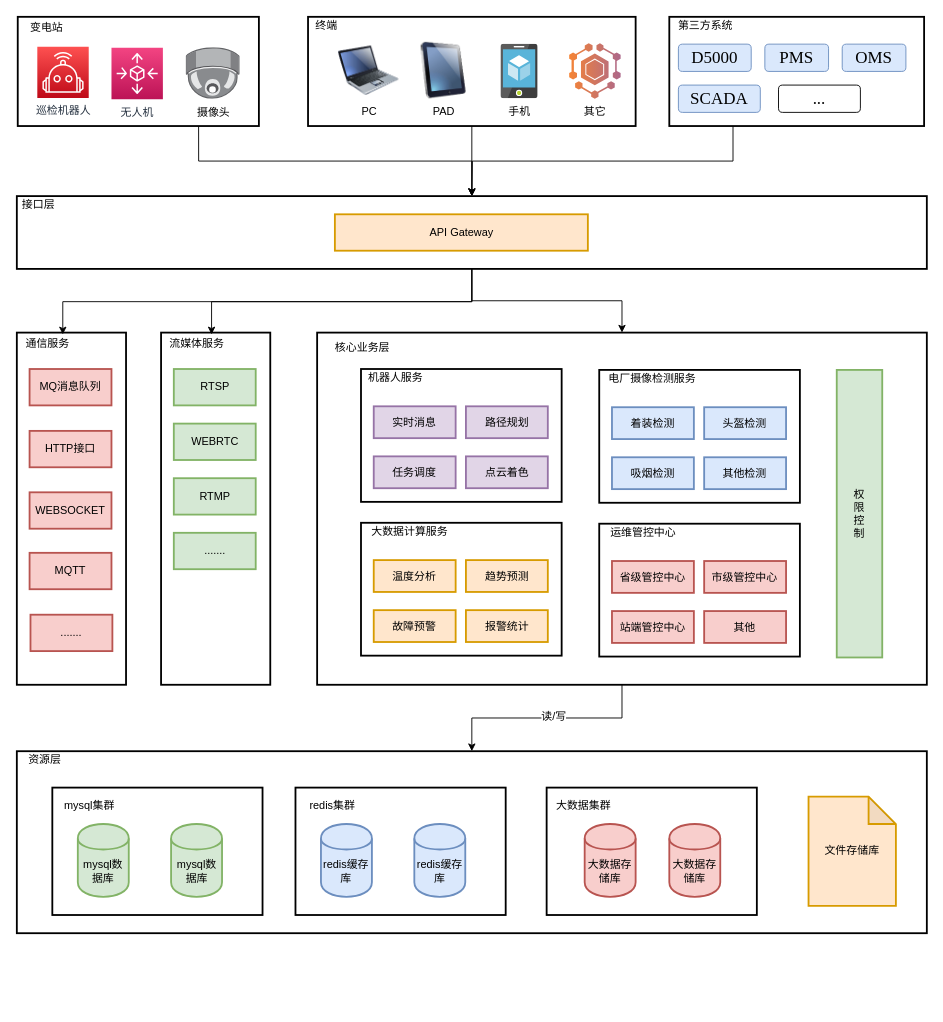
Earlier version of the draw.io diagram 易达智慧运维监控系统v2.0.drawio (wangyufei0807/draw). Source tidied: cells renumbered, new cells numbered last; positions are measured from the earlier drawing's top-left corner, leaving out a move shared by most shapes. Both pictures are drawn from the tidied source at 91%, with x=0, y=0 at pixel (16, 16).
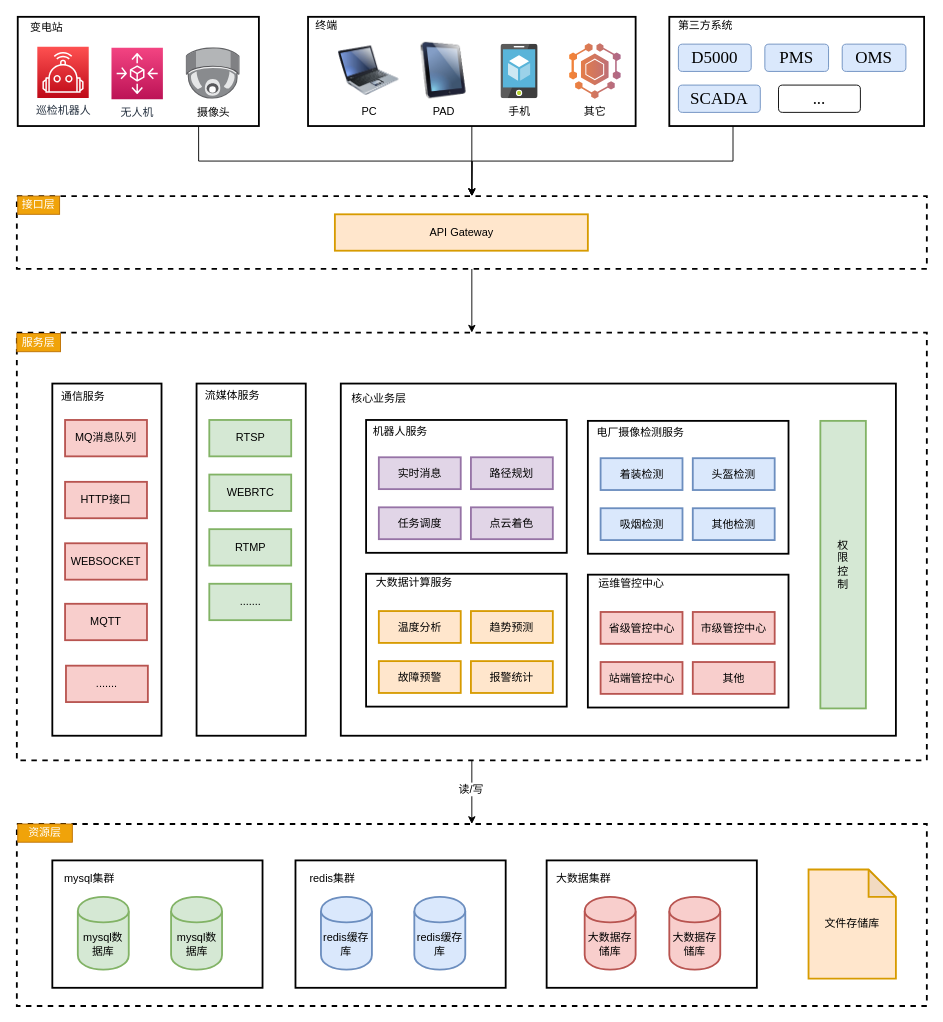
After the change.

Commit message:
更新易达智慧运维监控系统v2.0.drawio

Diff of the diagram source:
```diff
@@
+    <mxCell id="86" style="edgeStyle=orthogonalEdgeStyle;rounded=0;jettySize=auto;html=1;exitX=0.5;exitY=1;exitDx=0;exitDy=0;entryX=0.5;entryY=0;entryDx=0;entryDy=0;" parent="1" edge="1" source="87" target="3">
+      <mxGeometry relative="1" as="geometry" />
+    </mxCell>
+    <mxCell id="6" value="读/写" style="text;html=1;align=center;verticalAlign=middle;labelBackgroundColor=#ffffff;" parent="86" vertex="1">
+      <mxGeometry x="-0.12" y="-2" relative="1" as="geometry" />
+    </mxCell>
+    <mxCell id="87" style="rounded=0;whiteSpace=wrap;html=1;labelBackgroundColor=none;strokeWidth=2;fillColor=none;dashed=1;" parent="1" vertex="1">
+      <mxGeometry y="347" width="1000" height="470" as="geometry" />
+    </mxCell>
     <mxCell id="2" style="rounded=0;whiteSpace=wrap;html=1;labelBackgroundColor=none;strokeWidth=2;fillColor=none;" parent="1" vertex="1">
-      <mxGeometry x="582.2" y="847" width="231" height="140" as="geometry" />
+      <mxGeometry x="582.2" y="927" width="231" height="140" as="geometry" />
     </mxCell>
-    <mxCell id="3" style="rounded=0;whiteSpace=wrap;html=1;labelBackgroundColor=none;strokeWidth=2;fillColor=none;" parent="1" vertex="1">
-      <mxGeometry y="807" width="1000" height="200" as="geometry" />
+    <mxCell id="3" style="rounded=0;whiteSpace=wrap;html=1;labelBackgroundColor=none;strokeWidth=2;fillColor=none;dashed=1;" parent="1" vertex="1">
+      <mxGeometry y="887" width="1000" height="200" as="geometry" />
     </mxCell>
     <mxCell id="4" style="rounded=0;whiteSpace=wrap;html=1;labelBackgroundColor=none;strokeWidth=2;fillColor=none;" parent="1" vertex="1">
-      <mxGeometry x="39" y="847" width="231" height="140" as="geometry" />
+      <mxGeometry x="39" y="927" width="231" height="140" as="geometry" />
     </mxCell>
-    <mxCell id="5" style="edgeStyle=orthogonalEdgeStyle;rounded=0;jettySize=auto;html=1;exitX=0.5;exitY=1;exitDx=0;exitDy=0;" parent="1" edge="1" source="7" target="3">
-      <mxGeometry relative="1" as="geometry" />
-    </mxCell>
-    <mxCell id="6" value="读/写" style="text;html=1;align=center;verticalAlign=middle;labelBackgroundColor=#ffffff;" parent="5" vertex="1">
-      <mxGeometry x="-0.06" y="-2" relative="1" as="geometry" />
-    </mxCell>
     <mxCell id="7" style="rounded=0;whiteSpace=wrap;html=1;labelBackgroundColor=none;strokeWidth=2;fillColor=none;" parent="1" vertex="1">
-      <mxGeometry x="330" y="347" width="670" height="387" as="geometry" />
+      <mxGeometry x="356" y="403" width="610" height="387" as="geometry" />
     </mxCell>
     <mxCell id="8" style="rounded=0;whiteSpace=wrap;html=1;labelBackgroundColor=none;strokeWidth=2;fillColor=none;" parent="1" vertex="1">
-      <mxGeometry x="378.2" y="387" width="220.5" height="146" as="geometry" />
+      <mxGeometry x="383.8" y="443" width="220.5" height="146" as="geometry" />
     </mxCell>
@@
-    <mxCell id="22" style="edgeStyle=orthogonalEdgeStyle;rounded=0;jettySize=auto;html=1;exitX=0.5;exitY=1;exitDx=0;exitDy=0;entryX=0.75;entryY=0;entryDx=0;entryDy=0;" parent="1" edge="1" source="25" target="30">
-      <mxGeometry relative="1" as="geometry" />
-    </mxCell>
-    <mxCell id="23" style="edgeStyle=orthogonalEdgeStyle;rounded=0;jettySize=auto;html=1;exitX=0.5;exitY=1;exitDx=0;exitDy=0;entryX=0.75;entryY=0;entryDx=0;entryDy=0;" parent="1" edge="1" source="25" target="53">
-      <mxGeometry relative="1" as="geometry" />
-    </mxCell>
-    <mxCell id="24" style="edgeStyle=orthogonalEdgeStyle;rounded=0;jettySize=auto;html=1;exitX=0.5;exitY=1;exitDx=0;exitDy=0;entryX=0.5;entryY=0;entryDx=0;entryDy=0;" parent="1" edge="1" source="25" target="7">
-      <mxGeometry relative="1" as="geometry" />
-    </mxCell>
+    <mxCell id="88" style="edgeStyle=orthogonalEdgeStyle;rounded=0;jettySize=auto;html=1;exitX=0.5;exitY=1;exitDx=0;exitDy=0;entryX=0.5;entryY=0;entryDx=0;entryDy=0;" parent="1" edge="1" source="25" target="87">
+      <mxGeometry relative="1" as="geometry" />
+    </mxCell>
-    <mxCell id="25" style="rounded=0;whiteSpace=wrap;html=1;strokeWidth=2;" parent="1" vertex="1">
+    <mxCell id="25" style="rounded=0;whiteSpace=wrap;html=1;strokeWidth=2;dashed=1;" parent="1" vertex="1">
       <mxGeometry y="197" width="1000" height="80" as="geometry" />
     </mxCell>
@@
-    <mxCell id="27" value="接口层" style="text;html=1;strokeColor=none;fillColor=none;align=center;verticalAlign=middle;whiteSpace=wrap;rounded=0;" parent="1" vertex="1">
+    <mxCell id="27" value="接口层" style="text;html=1;strokeColor=#BD7000;fillColor=#f0a30a;align=center;verticalAlign=middle;whiteSpace=wrap;rounded=0;fontColor=#ffffff;" parent="1" vertex="1">
       <mxGeometry x="1" y="197" width="46" height="20" as="geometry" />
     </mxCell>
     <mxCell id="28" value="核心业务层" style="text;html=1;strokeColor=none;fillColor=none;align=center;verticalAlign=middle;whiteSpace=wrap;rounded=0;labelBackgroundColor=none;" parent="1" vertex="1">
-      <mxGeometry x="340" y="354" width="80" height="20" as="geometry" />
+      <mxGeometry x="358" y="410" width="80" height="20" as="geometry" />
     </mxCell>
     <mxCell id="29" style="rounded=0;whiteSpace=wrap;html=1;labelBackgroundColor=none;strokeWidth=2;fillColor=none;" parent="1" vertex="1">
-      <mxGeometry y="347" width="120" height="387" as="geometry" />
+      <mxGeometry x="39" y="403" width="120" height="387" as="geometry" />
     </mxCell>
     <mxCell id="30" value="通信服务" style="text;html=1;strokeColor=none;fillColor=none;align=center;verticalAlign=middle;whiteSpace=wrap;rounded=0;labelBackgroundColor=none;" parent="1" vertex="1">
-      <mxGeometry x="1" y="349" width="66" height="20" as="geometry" />
+      <mxGeometry x="40" y="408" width="66" height="20" as="geometry" />
     </mxCell>
     <mxCell id="31" value="MQ消息队列" style="rounded=0;whiteSpace=wrap;html=1;labelBackgroundColor=none;strokeWidth=2;fillColor=#f8cecc;strokeColor=#b85450;" parent="1" vertex="1">
-      <mxGeometry x="14" y="387" width="90" height="40" as="geometry" />
+      <mxGeometry x="53" y="443" width="90" height="40" as="geometry" />
     </mxCell>
     <mxCell id="32" value="HTTP接口" style="rounded=0;whiteSpace=wrap;html=1;labelBackgroundColor=none;strokeWidth=2;fillColor=#f8cecc;strokeColor=#b85450;" parent="1" vertex="1">
-      <mxGeometry x="14" y="455" width="90" height="40" as="geometry" />
+      <mxGeometry x="53" y="511" width="90" height="40" as="geometry" />
     </mxCell>
     <mxCell id="33" value="WEBSOCKET" style="rounded=0;whiteSpace=wrap;html=1;labelBackgroundColor=none;strokeWidth=2;fillColor=#f8cecc;strokeColor=#b85450;" parent="1" vertex="1">
-      <mxGeometry x="14" y="522.5" width="90" height="40" as="geometry" />
+      <mxGeometry x="53" y="578.5" width="90" height="40" as="geometry" />
     </mxCell>
     <mxCell id="34" value="MQTT" style="rounded=0;whiteSpace=wrap;html=1;labelBackgroundColor=none;strokeWidth=2;fillColor=#f8cecc;strokeColor=#b85450;" parent="1" vertex="1">
-      <mxGeometry x="14" y="589" width="90" height="40" as="geometry" />
+      <mxGeometry x="53" y="645" width="90" height="40" as="geometry" />
     </mxCell>
     <mxCell id="35" value="......." style="rounded=0;whiteSpace=wrap;html=1;labelBackgroundColor=none;strokeWidth=2;fillColor=#f8cecc;strokeColor=#b85450;" parent="1" vertex="1">
-      <mxGeometry x="15" y="657" width="90" height="40" as="geometry" />
+      <mxGeometry x="54" y="713" width="90" height="40" as="geometry" />
     </mxCell>
     <mxCell id="36" value="权&lt;br&gt;限&lt;br&gt;控&lt;br&gt;制" style="rounded=0;whiteSpace=wrap;html=1;labelBackgroundColor=none;strokeWidth=2;fillColor=#d5e8d4;strokeColor=#82b366;" parent="1" vertex="1">
-      <mxGeometry x="901" y="388" width="50" height="316" as="geometry" />
+      <mxGeometry x="883" y="444" width="50" height="316" as="geometry" />
     </mxCell>
-    <mxCell id="37" value="资源层" style="text;html=1;strokeColor=none;fillColor=none;align=center;verticalAlign=middle;whiteSpace=wrap;rounded=0;labelBackgroundColor=none;" parent="1" vertex="1">
-      <mxGeometry x="1" y="807" width="60" height="20" as="geometry" />
+    <mxCell id="37" value="资源层" style="text;html=1;strokeColor=#BD7000;fillColor=#f0a30a;align=center;verticalAlign=middle;whiteSpace=wrap;rounded=0;labelBackgroundColor=none;fontColor=#ffffff;" parent="1" vertex="1">
+      <mxGeometry x="1" y="887" width="60" height="20" as="geometry" />
     </mxCell>
     <mxCell id="38" value="mysql数据库" style="shape=cylinder;whiteSpace=wrap;html=1;boundedLbl=1;backgroundOutline=1;labelBackgroundColor=none;strokeWidth=2;fillColor=#d5e8d4;strokeColor=#82b366;" parent="1" vertex="1">
-      <mxGeometry x="67" y="887" width="56" height="80" as="geometry" />
+      <mxGeometry x="67" y="967" width="56" height="80" as="geometry" />
     </mxCell>
     <mxCell id="39" value="文件存储库" style="shape=note;whiteSpace=wrap;html=1;backgroundOutline=1;darkOpacity=0.05;labelBackgroundColor=none;strokeWidth=2;fillColor=#ffe6cc;strokeColor=#d79b00;" parent="1" vertex="1">
-      <mxGeometry x="870" y="857" width="96" height="120" as="geometry" />
+      <mxGeometry x="870" y="937" width="96" height="120" as="geometry" />
     </mxCell>
     <mxCell id="40" value="大数据存储库" style="shape=cylinder;whiteSpace=wrap;html=1;boundedLbl=1;backgroundOutline=1;labelBackgroundColor=none;strokeWidth=2;fillColor=#f8cecc;strokeColor=#b85450;" parent="1" vertex="1">
-      <mxGeometry x="624" y="887" width="56" height="80" as="geometry" />
+      <mxGeometry x="624" y="967" width="56" height="80" as="geometry" />
     </mxCell>
     <mxCell id="41" value="机器人服务" style="text;html=1;strokeColor=none;fillColor=none;align=center;verticalAlign=middle;whiteSpace=wrap;rounded=0;labelBackgroundColor=none;" parent="1" vertex="1">
-      <mxGeometry x="383.8" y="387" width="65" height="20" as="geometry" />
+      <mxGeometry x="389.2" y="446" width="65" height="20" as="geometry" />
     </mxCell>
     <mxCell id="42" value="路径规划" style="rounded=0;whiteSpace=wrap;html=1;labelBackgroundColor=none;strokeWidth=2;fillColor=#e1d5e7;strokeColor=#9673a6;" parent="1" vertex="1">
-      <mxGeometry x="493.5" y="428" width="90" height="35" as="geometry" />
+      <mxGeometry x="499" y="484" width="90" height="35" as="geometry" />
     </mxCell>
     <mxCell id="43" value="实时消息" style="rounded=0;whiteSpace=wrap;html=1;labelBackgroundColor=none;strokeWidth=2;fillColor=#e1d5e7;strokeColor=#9673a6;" parent="1" vertex="1">
-      <mxGeometry x="392.2" y="428" width="90" height="35" as="geometry" />
+      <mxGeometry x="397.8" y="484" width="90" height="35" as="geometry" />
     </mxCell>
     <mxCell id="44" value="任务调度" style="rounded=0;whiteSpace=wrap;html=1;labelBackgroundColor=none;strokeWidth=2;fillColor=#e1d5e7;strokeColor=#9673a6;" parent="1" vertex="1">
-      <mxGeometry x="392.2" y="483" width="90" height="35" as="geometry" />
+      <mxGeometry x="397.8" y="539" width="90" height="35" as="geometry" />
     </mxCell>
     <mxCell id="45" value="点云着色" style="rounded=0;whiteSpace=wrap;html=1;labelBackgroundColor=none;strokeWidth=2;fillColor=#e1d5e7;strokeColor=#9673a6;" parent="1" vertex="1">
-      <mxGeometry x="493.5" y="483" width="90" height="35" as="geometry" />
+      <mxGeometry x="499" y="539" width="90" height="35" as="geometry" />
     </mxCell>
@@
     <mxCell id="52" style="rounded=0;whiteSpace=wrap;html=1;labelBackgroundColor=none;strokeWidth=2;fillColor=none;" parent="1" vertex="1">
-      <mxGeometry x="158.5" y="347" width="120" height="387" as="geometry" />
+      <mxGeometry x="197.5" y="403" width="120" height="387" as="geometry" />
     </mxCell>
     <mxCell id="53" value="流媒体服务" style="text;html=1;strokeColor=none;fillColor=none;align=center;verticalAlign=middle;whiteSpace=wrap;rounded=0;labelBackgroundColor=none;" parent="1" vertex="1">
-      <mxGeometry x="164.5" y="349" width="66" height="20" as="geometry" />
+      <mxGeometry x="203.5" y="407" width="66" height="20" as="geometry" />
     </mxCell>
     <mxCell id="54" value="RTSP" style="rounded=0;whiteSpace=wrap;html=1;labelBackgroundColor=none;strokeWidth=2;fillColor=#d5e8d4;strokeColor=#82b366;" parent="1" vertex="1">
-      <mxGeometry x="172.5" y="387" width="90" height="40" as="geometry" />
+      <mxGeometry x="211.5" y="443" width="90" height="40" as="geometry" />
     </mxCell>
     <mxCell id="55" value="WEBRTC" style="rounded=0;whiteSpace=wrap;html=1;labelBackgroundColor=none;strokeWidth=2;fillColor=#d5e8d4;strokeColor=#82b366;" parent="1" vertex="1">
-      <mxGeometry x="172.5" y="447" width="90" height="40" as="geometry" />
+      <mxGeometry x="211.5" y="503" width="90" height="40" as="geometry" />
     </mxCell>
     <mxCell id="56" value="RTMP" style="rounded=0;whiteSpace=wrap;html=1;labelBackgroundColor=none;strokeWidth=2;fillColor=#d5e8d4;strokeColor=#82b366;" parent="1" vertex="1">
-      <mxGeometry x="172.5" y="507" width="90" height="40" as="geometry" />
+      <mxGeometry x="211.5" y="563" width="90" height="40" as="geometry" />
     </mxCell>
     <mxCell id="57" value="......." style="rounded=0;whiteSpace=wrap;html=1;labelBackgroundColor=none;strokeWidth=2;fillColor=#d5e8d4;strokeColor=#82b366;" parent="1" vertex="1">
-      <mxGeometry x="172.5" y="567" width="90" height="40" as="geometry" />
+      <mxGeometry x="211.5" y="623" width="90" height="40" as="geometry" />
     </mxCell>
     <mxCell id="58" style="rounded=0;whiteSpace=wrap;html=1;labelBackgroundColor=none;strokeWidth=2;fillColor=none;" parent="1" vertex="1">
-      <mxGeometry x="378.2" y="556" width="220.5" height="146" as="geometry" />
+      <mxGeometry x="383.8" y="612" width="220.5" height="146" as="geometry" />
     </mxCell>
     <mxCell id="59" value="大数据计算服务" style="text;html=1;strokeColor=none;fillColor=none;align=center;verticalAlign=middle;whiteSpace=wrap;rounded=0;labelBackgroundColor=none;" parent="1" vertex="1">
-      <mxGeometry x="383.8" y="556" width="96.2" height="20" as="geometry" />
+      <mxGeometry x="389.2" y="612" width="96.2" height="20" as="geometry" />
     </mxCell>
     <mxCell id="60" value="趋势预测" style="rounded=0;whiteSpace=wrap;html=1;labelBackgroundColor=none;strokeWidth=2;fillColor=#ffe6cc;strokeColor=#d79b00;" parent="1" vertex="1">
-      <mxGeometry x="493.5" y="597" width="90" height="35" as="geometry" />
+      <mxGeometry x="499" y="653" width="90" height="35" as="geometry" />
     </mxCell>
     <mxCell id="61" value="温度分析" style="rounded=0;whiteSpace=wrap;html=1;labelBackgroundColor=none;strokeWidth=2;fillColor=#ffe6cc;strokeColor=#d79b00;" parent="1" vertex="1">
-      <mxGeometry x="392.2" y="597" width="90" height="35" as="geometry" />
+      <mxGeometry x="397.8" y="653" width="90" height="35" as="geometry" />
     </mxCell>
     <mxCell id="62" value="故障预警" style="rounded=0;whiteSpace=wrap;html=1;labelBackgroundColor=none;strokeWidth=2;fillColor=#ffe6cc;strokeColor=#d79b00;" parent="1" vertex="1">
-      <mxGeometry x="392.2" y="652" width="90" height="35" as="geometry" />
+      <mxGeometry x="397.8" y="708" width="90" height="35" as="geometry" />
     </mxCell>
     <mxCell id="63" value="报警统计" style="rounded=0;whiteSpace=wrap;html=1;labelBackgroundColor=none;strokeWidth=2;fillColor=#ffe6cc;strokeColor=#d79b00;" parent="1" vertex="1">
-      <mxGeometry x="493.5" y="652" width="90" height="35" as="geometry" />
+      <mxGeometry x="499" y="708" width="90" height="35" as="geometry" />
     </mxCell>
     <mxCell id="64" style="rounded=0;whiteSpace=wrap;html=1;labelBackgroundColor=none;strokeWidth=2;fillColor=none;" parent="1" vertex="1">
-      <mxGeometry x="640" y="388" width="220.5" height="146" as="geometry" />
+      <mxGeometry x="627.5" y="444" width="220.5" height="146" as="geometry" />
     </mxCell>
     <mxCell id="65" value="电厂摄像检测服务" style="text;html=1;strokeColor=none;fillColor=none;align=center;verticalAlign=middle;whiteSpace=wrap;rounded=0;labelBackgroundColor=none;" parent="1" vertex="1">
-      <mxGeometry x="645.5" y="388" width="104.5" height="20" as="geometry" />
+      <mxGeometry x="633" y="447" width="104.5" height="20" as="geometry" />
     </mxCell>
     <mxCell id="66" value="头盔检测" style="rounded=0;whiteSpace=wrap;html=1;labelBackgroundColor=none;strokeWidth=2;fillColor=#dae8fc;strokeColor=#6c8ebf;" parent="1" vertex="1">
-      <mxGeometry x="755.3" y="429" width="90" height="35" as="geometry" />
+      <mxGeometry x="742.8" y="485" width="90" height="35" as="geometry" />
     </mxCell>
     <mxCell id="67" value="着装检测" style="rounded=0;whiteSpace=wrap;html=1;labelBackgroundColor=none;strokeWidth=2;fillColor=#dae8fc;strokeColor=#6c8ebf;" parent="1" vertex="1">
-      <mxGeometry x="654" y="429" width="90" height="35" as="geometry" />
+      <mxGeometry x="641.5" y="485" width="90" height="35" as="geometry" />
     </mxCell>
     <mxCell id="68" value="吸烟检测" style="rounded=0;whiteSpace=wrap;html=1;labelBackgroundColor=none;strokeWidth=2;fillColor=#dae8fc;strokeColor=#6c8ebf;" parent="1" vertex="1">
-      <mxGeometry x="654" y="484" width="90" height="35" as="geometry" />
+      <mxGeometry x="641.5" y="540" width="90" height="35" as="geometry" />
     </mxCell>
     <mxCell id="69" value="其他检测" style="rounded=0;whiteSpace=wrap;html=1;labelBackgroundColor=none;strokeWidth=2;fillColor=#dae8fc;strokeColor=#6c8ebf;" parent="1" vertex="1">
-      <mxGeometry x="755.3" y="484" width="90" height="35" as="geometry" />
+      <mxGeometry x="742.8" y="540" width="90" height="35" as="geometry" />
     </mxCell>
     <mxCell id="70" style="rounded=0;whiteSpace=wrap;html=1;labelBackgroundColor=none;strokeWidth=2;fillColor=none;" parent="1" vertex="1">
-      <mxGeometry x="640" y="557" width="220.5" height="146" as="geometry" />
+      <mxGeometry x="627.5" y="613" width="220.5" height="146" as="geometry" />
     </mxCell>
     <mxCell id="71" value="运维管控中心" style="text;html=1;strokeColor=none;fillColor=none;align=center;verticalAlign=middle;whiteSpace=wrap;rounded=0;labelBackgroundColor=none;" parent="1" vertex="1">
-      <mxGeometry x="645.5" y="557" width="84.5" height="20" as="geometry" />
+      <mxGeometry x="633" y="613" width="84.5" height="20" as="geometry" />
     </mxCell>
     <mxCell id="72" value="市级管控中心" style="rounded=0;whiteSpace=wrap;html=1;labelBackgroundColor=none;strokeWidth=2;fillColor=#f8cecc;strokeColor=#b85450;" parent="1" vertex="1">
-      <mxGeometry x="755.3" y="598" width="90" height="35" as="geometry" />
+      <mxGeometry x="742.8" y="654" width="90" height="35" as="geometry" />
     </mxCell>
     <mxCell id="73" value="省级管控中心" style="rounded=0;whiteSpace=wrap;html=1;labelBackgroundColor=none;strokeWidth=2;fillColor=#f8cecc;strokeColor=#b85450;" parent="1" vertex="1">
-      <mxGeometry x="654" y="598" width="90" height="35" as="geometry" />
+      <mxGeometry x="641.5" y="654" width="90" height="35" as="geometry" />
     </mxCell>
     <mxCell id="74" value="站端管控中心" style="rounded=0;whiteSpace=wrap;html=1;labelBackgroundColor=none;strokeWidth=2;fillColor=#f8cecc;strokeColor=#b85450;" parent="1" vertex="1">
-      <mxGeometry x="654" y="653" width="90" height="35" as="geometry" />
+      <mxGeometry x="641.5" y="709" width="90" height="35" as="geometry" />
     </mxCell>
     <mxCell id="75" value="其他" style="rounded=0;whiteSpace=wrap;html=1;labelBackgroundColor=none;strokeWidth=2;fillColor=#f8cecc;strokeColor=#b85450;" parent="1" vertex="1">
-      <mxGeometry x="755.3" y="653" width="90" height="35" as="geometry" />
+      <mxGeometry x="742.8" y="709" width="90" height="35" as="geometry" />
     </mxCell>
@@
     <mxCell id="78" value="mysql集群" style="text;html=1;strokeColor=none;fillColor=none;align=center;verticalAlign=middle;whiteSpace=wrap;rounded=0;labelBackgroundColor=none;" parent="1" vertex="1">
-      <mxGeometry x="40" y="857" width="80" height="20" as="geometry" />
+      <mxGeometry x="40" y="937" width="80" height="20" as="geometry" />
     </mxCell>
     <mxCell id="79" value="mysql数据库" style="shape=cylinder;whiteSpace=wrap;html=1;boundedLbl=1;backgroundOutline=1;labelBackgroundColor=none;strokeWidth=2;fillColor=#d5e8d4;strokeColor=#82b366;" parent="1" vertex="1">
-      <mxGeometry x="169.5" y="887" width="56" height="80" as="geometry" />
+      <mxGeometry x="169.5" y="967" width="56" height="80" as="geometry" />
     </mxCell>
     <mxCell id="80" style="rounded=0;whiteSpace=wrap;html=1;labelBackgroundColor=none;strokeWidth=2;fillColor=none;" parent="1" vertex="1">
-      <mxGeometry x="306.2" y="847" width="231" height="140" as="geometry" />
+      <mxGeometry x="306.2" y="927" width="231" height="140" as="geometry" />
     </mxCell>
     <mxCell id="81" value="redis缓存库" style="shape=cylinder;whiteSpace=wrap;html=1;boundedLbl=1;backgroundOutline=1;labelBackgroundColor=none;strokeWidth=2;fillColor=#dae8fc;strokeColor=#6c8ebf;" parent="1" vertex="1">
-      <mxGeometry x="334.2" y="887" width="56" height="80" as="geometry" />
+      <mxGeometry x="334.2" y="967" width="56" height="80" as="geometry" />
     </mxCell>
     <mxCell id="82" value="redis集群" style="text;html=1;strokeColor=none;fillColor=none;align=center;verticalAlign=middle;whiteSpace=wrap;rounded=0;labelBackgroundColor=none;" parent="1" vertex="1">
-      <mxGeometry x="307.2" y="857" width="80" height="20" as="geometry" />
+      <mxGeometry x="307.2" y="937" width="80" height="20" as="geometry" />
     </mxCell>
     <mxCell id="83" value="redis缓存库" style="shape=cylinder;whiteSpace=wrap;html=1;boundedLbl=1;backgroundOutline=1;labelBackgroundColor=none;strokeWidth=2;fillColor=#dae8fc;strokeColor=#6c8ebf;" parent="1" vertex="1">
-      <mxGeometry x="436.8" y="887" width="56" height="80" as="geometry" />
+      <mxGeometry x="436.8" y="967" width="56" height="80" as="geometry" />
     </mxCell>
     <mxCell id="84" value="大数据集群" style="text;html=1;strokeColor=none;fillColor=none;align=center;verticalAlign=middle;whiteSpace=wrap;rounded=0;labelBackgroundColor=none;" parent="1" vertex="1">
-      <mxGeometry x="583.2" y="857" width="80" height="20" as="geometry" />
+      <mxGeometry x="583.2" y="937" width="80" height="20" as="geometry" />
     </mxCell>
     <mxCell id="85" value="大数据存储库" style="shape=cylinder;whiteSpace=wrap;html=1;boundedLbl=1;backgroundOutline=1;labelBackgroundColor=none;strokeWidth=2;fillColor=#f8cecc;strokeColor=#b85450;" parent="1" vertex="1">
-      <mxGeometry x="717" y="887" width="56" height="80" as="geometry" />
+      <mxGeometry x="717" y="967" width="56" height="80" as="geometry" />
     </mxCell>
+    <mxCell id="89" value="服务层" style="text;html=1;strokeColor=#BD7000;fillColor=#f0a30a;align=center;verticalAlign=middle;whiteSpace=wrap;rounded=0;labelBackgroundColor=none;fontColor=#ffffff;" parent="1" vertex="1">
+      <mxGeometry y="348" width="48" height="20" as="geometry" />
+    </mxCell>
```
